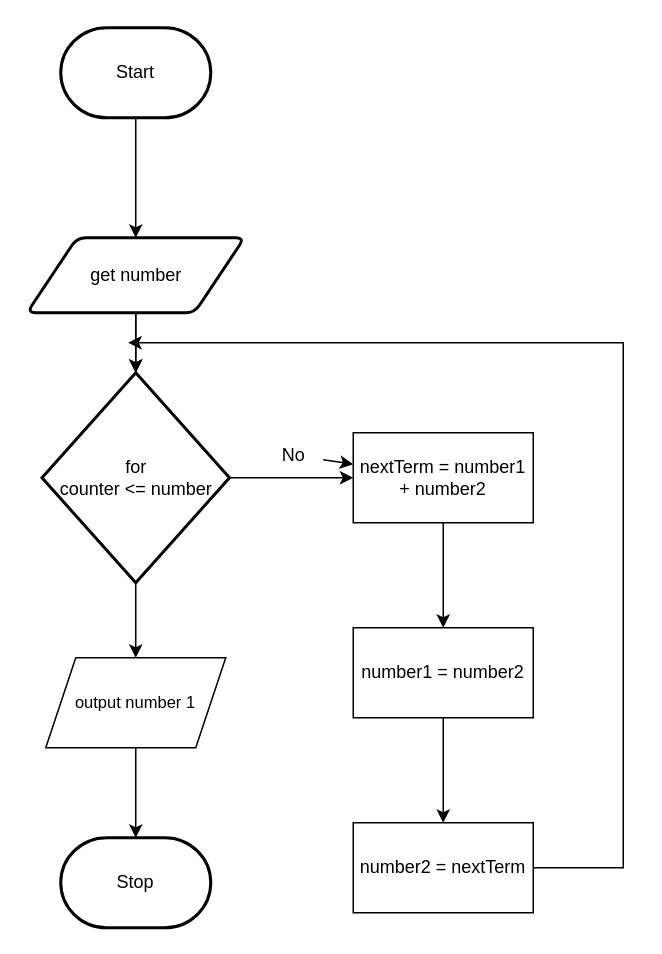
Above: design/flowchart.drawio in MTHS-ICS2O-2-2022/ICS2O-Assignment-05-Lucas-Osmond (draw.io), before the change. Source tidied: cells renumbered, new cells numbered last; positions are measured from the earlier drawing's top-left corner, leaving out a move shared by most shapes. Both pictures are drawn from the tidied source at 150%, with x=0, y=0 at pixel (26, 27).
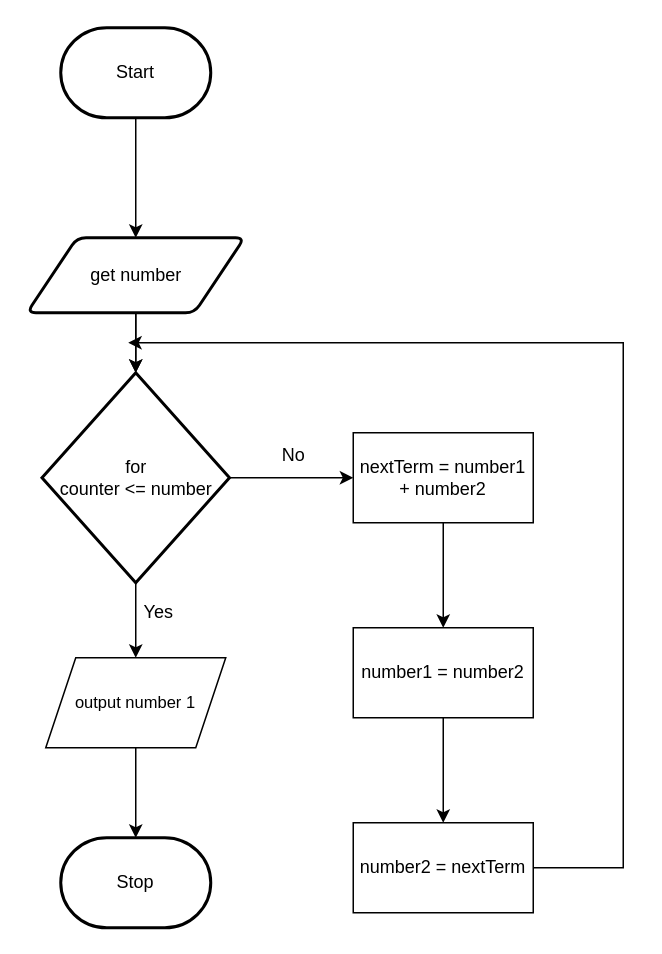
After the change.

Unchanged cells that the change refers to:
```xml
<mxCell id="12" value="nextTerm = number1 + number2" style="rounded=0;whiteSpace=wrap;html=1;" parent="1" vertex="1">
  <mxGeometry x="218" y="270" width="120" height="60" as="geometry" />
</mxCell>
<mxCell id="14" value="No" style="text;html=1;align=center;verticalAlign=middle;points=[];strokeColor=none;fillColor=none;" parent="1" vertex="1">
  <mxGeometry x="158" y="270" width="40" height="30" as="geometry" />
</mxCell>
```

Change to the diagram source:
```diff
@@
-    <mxCell id="13" style="edgeStyle=none;html=1;" parent="1" edge="1" source="14" target="12">
-      <mxGeometry relative="1" as="geometry" />
-    </mxCell>
@@
+    <mxCell id="21" value="Yes" style="text;html=1;align=center;verticalAlign=middle;strokeColor=none;fillColor=none;" parent="1" vertex="1">
+      <mxGeometry x="68" y="375" width="40" height="30" as="geometry" />
+    </mxCell>
```
